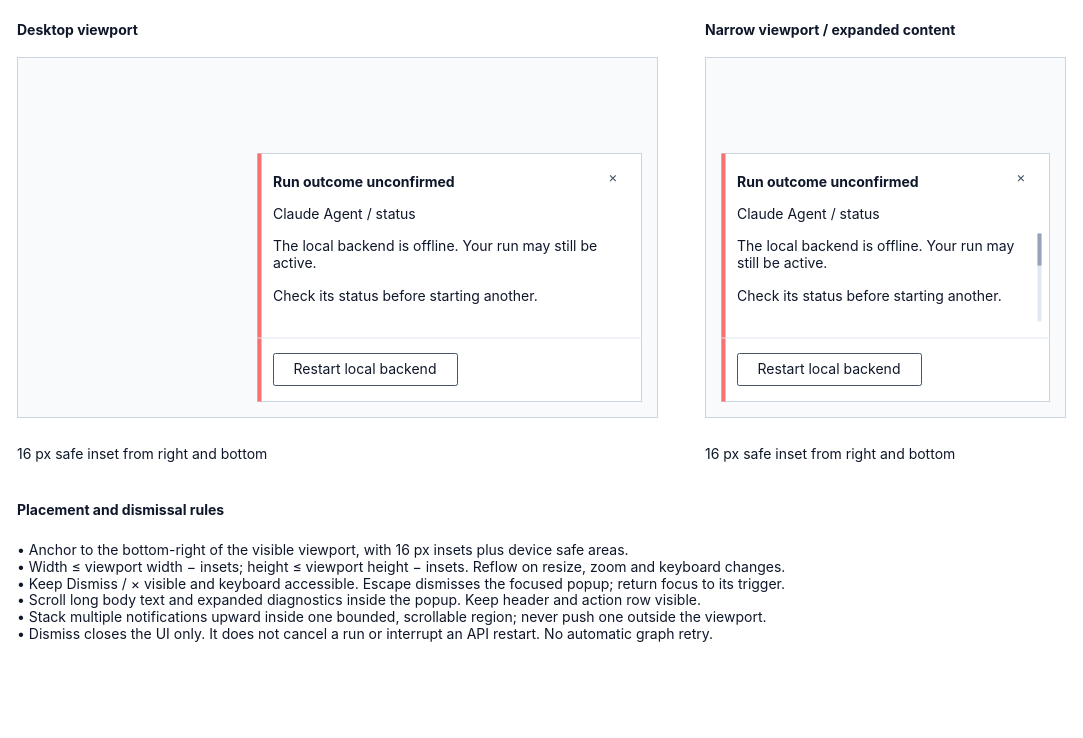
Above: page "Popup placement and dismissal" (6 of 6) of projects/laomedo/subsystems/agent-execution/design/local-runner-recovery.drawio in amadou-6e/specs (draw.io), before the change. Source tidied: cells renumbered, new cells numbered last; positions are measured from the earlier drawing's top-left corner, leaving out a move shared by most shapes. Both pictures are drawn from the tidied source at 100%, with x=0, y=0 at pixel (17, 17).
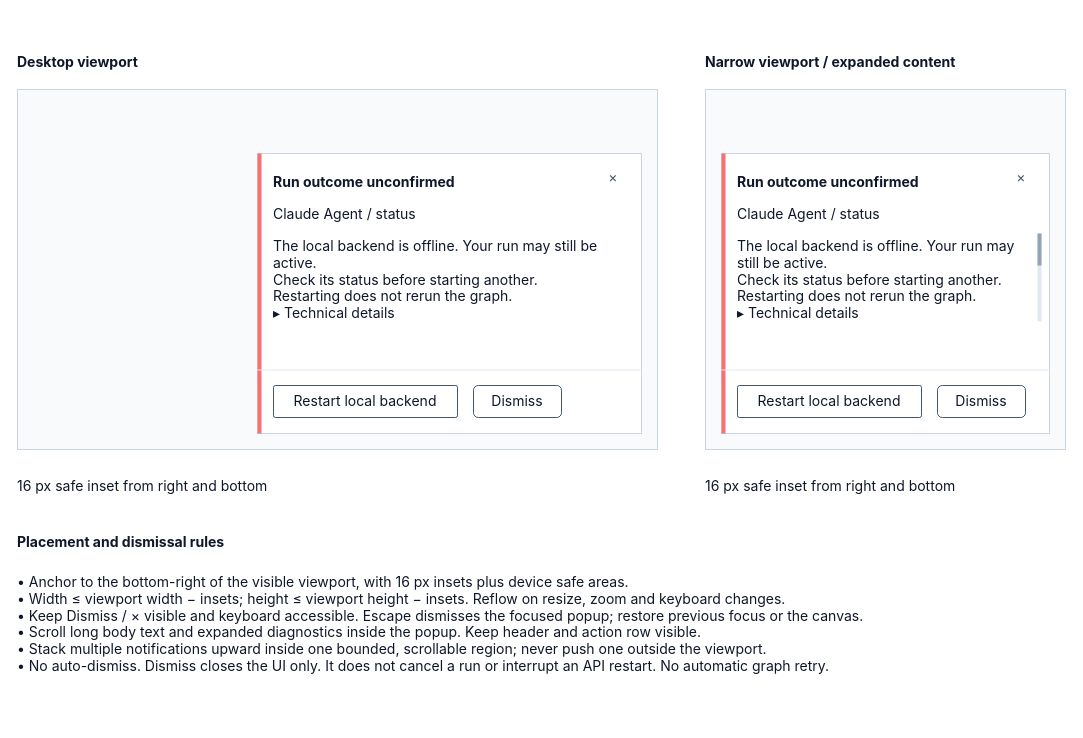
Above is the later version.

Commit message (it also covers changes not shown here):
Align popup examples with dismiss actions and proposal status

What changed in the source:
```diff
@@
     <mxCell id="2" value="Desktop viewport" style="fontFamily=Inter,Arial,sans-serif;fontSize=14;whiteSpace=wrap;html=1;text;fillColor=none;strokeColor=none;align=left;verticalAlign=top;spacing=0;fontColor=#0F172A;fontStyle=1;" parent="1" vertex="1">
-      <mxGeometry width="640" height="24" as="geometry" />
+      <mxGeometry y="32" width="640" height="24" as="geometry" />
     </mxCell>
     <mxCell id="3" style="fontFamily=Inter,Arial,sans-serif;fontSize=14;whiteSpace=wrap;html=1;fillColor=#F8FAFC;strokeColor=#CBD5E1;" parent="1" vertex="1">
-      <mxGeometry y="40" width="640" height="360" as="geometry" />
+      <mxGeometry y="72" width="640" height="360" as="geometry" />
     </mxCell>
     <mxCell id="4" style="fontFamily=Inter,Arial,sans-serif;fontSize=14;whiteSpace=wrap;html=1;fillColor=#FFFFFF;strokeColor=#CBD5E1;" parent="1" vertex="1">
-      <mxGeometry x="240" y="136" width="384" height="248" as="geometry" />
+      <mxGeometry x="240" y="136" width="384" height="280" as="geometry" />
     </mxCell>
     <mxCell id="5" style="fontFamily=Inter,Arial,sans-serif;fontSize=14;whiteSpace=wrap;html=1;fillColor=#F87171;strokeColor=none;" parent="1" vertex="1">
-      <mxGeometry x="240" y="136" width="4" height="248" as="geometry" />
+      <mxGeometry x="240" y="136" width="4" height="280" as="geometry" />
     </mxCell>
@@
-    <mxCell id="9" value="The local backend is offline. Your run may still be active.&lt;br&gt;&lt;br&gt;Check its status before starting another." style="fontFamily=Inter,Arial,sans-serif;fontSize=14;whiteSpace=wrap;html=1;text;fillColor=none;strokeColor=none;align=left;verticalAlign=top;spacing=0;fontColor=#0F172A;fontStyle=0;" parent="1" vertex="1">
-      <mxGeometry x="256" y="216" width="344" height="88" as="geometry" />
+    <mxCell id="9" value="The local backend is offline. Your run may still be active.&lt;br&gt;Check its status before starting another.&lt;br&gt;Restarting does not rerun the graph.&lt;br&gt;▸ Technical details" style="fontFamily=Inter,Arial,sans-serif;fontSize=14;whiteSpace=wrap;html=1;text;fillColor=none;strokeColor=none;align=left;verticalAlign=top;spacing=0;fontColor=#0F172A;fontStyle=0;" parent="1" vertex="1">
+      <mxGeometry x="256" y="216" width="344" height="128" as="geometry" />
     </mxCell>
     <mxCell id="10" style="fontFamily=Inter,Arial,sans-serif;fontSize=14;whiteSpace=wrap;html=1;fillColor=#E2E8F0;strokeColor=none;" parent="1" vertex="1">
-      <mxGeometry x="240" y="320" width="384" height="1" as="geometry" />
+      <mxGeometry x="240" y="352" width="384" height="1" as="geometry" />
     </mxCell>
     <mxCell id="11" value="Restart local backend" style="fontFamily=Inter,Arial,sans-serif;fontSize=14;whiteSpace=wrap;html=1;fillColor=#FFFFFF;strokeColor=#475569;fontColor=#0F172A;rounded=1;arcSize=6;" parent="1" vertex="1">
-      <mxGeometry x="256" y="336" width="184" height="32" as="geometry" />
+      <mxGeometry x="256" y="368" width="184" height="32" as="geometry" />
     </mxCell>
     <mxCell id="12" value="16 px safe inset from right and bottom" style="fontFamily=Inter,Arial,sans-serif;fontSize=14;whiteSpace=wrap;html=1;text;fillColor=none;strokeColor=none;align=left;verticalAlign=top;spacing=0;fontColor=#0F172A;fontStyle=0;" parent="1" vertex="1">
-      <mxGeometry y="424" width="640" height="24" as="geometry" />
+      <mxGeometry y="456" width="640" height="24" as="geometry" />
     </mxCell>
     <mxCell id="13" value="Narrow viewport / expanded content" style="fontFamily=Inter,Arial,sans-serif;fontSize=14;whiteSpace=wrap;html=1;text;fillColor=none;strokeColor=none;align=left;verticalAlign=top;spacing=0;fontColor=#0F172A;fontStyle=1;" parent="1" vertex="1">
-      <mxGeometry x="688" width="360" height="24" as="geometry" />
+      <mxGeometry x="688" y="32" width="360" height="24" as="geometry" />
     </mxCell>
     <mxCell id="14" style="fontFamily=Inter,Arial,sans-serif;fontSize=14;whiteSpace=wrap;html=1;fillColor=#F8FAFC;strokeColor=#CBD5E1;" parent="1" vertex="1">
-      <mxGeometry x="688" y="40" width="360" height="360" as="geometry" />
+      <mxGeometry x="688" y="72" width="360" height="360" as="geometry" />
     </mxCell>
     <mxCell id="15" style="fontFamily=Inter,Arial,sans-serif;fontSize=14;whiteSpace=wrap;html=1;fillColor=#FFFFFF;strokeColor=#CBD5E1;" parent="1" vertex="1">
-      <mxGeometry x="704" y="136" width="328" height="248" as="geometry" />
+      <mxGeometry x="704" y="136" width="328" height="280" as="geometry" />
     </mxCell>
     <mxCell id="16" style="fontFamily=Inter,Arial,sans-serif;fontSize=14;whiteSpace=wrap;html=1;fillColor=#F87171;strokeColor=none;" parent="1" vertex="1">
-      <mxGeometry x="704" y="136" width="4" height="248" as="geometry" />
+      <mxGeometry x="704" y="136" width="4" height="280" as="geometry" />
     </mxCell>
@@
-    <mxCell id="20" value="The local backend is offline. Your run may still be active.&lt;br&gt;&lt;br&gt;Check its status before starting another." style="fontFamily=Inter,Arial,sans-serif;fontSize=14;whiteSpace=wrap;html=1;text;fillColor=none;strokeColor=none;align=left;verticalAlign=top;spacing=0;fontColor=#0F172A;fontStyle=0;" parent="1" vertex="1">
-      <mxGeometry x="720" y="216" width="288" height="88" as="geometry" />
+    <mxCell id="20" value="The local backend is offline. Your run may still be active.&lt;br&gt;Check its status before starting another.&lt;br&gt;Restarting does not rerun the graph.&lt;br&gt;▸ Technical details" style="fontFamily=Inter,Arial,sans-serif;fontSize=14;whiteSpace=wrap;html=1;text;fillColor=none;strokeColor=none;align=left;verticalAlign=top;spacing=0;fontColor=#0F172A;fontStyle=0;" parent="1" vertex="1">
+      <mxGeometry x="720" y="216" width="288" height="128" as="geometry" />
     </mxCell>
@@
     <mxCell id="23" style="fontFamily=Inter,Arial,sans-serif;fontSize=14;whiteSpace=wrap;html=1;fillColor=#E2E8F0;strokeColor=none;" parent="1" vertex="1">
-      <mxGeometry x="704" y="320" width="328" height="1" as="geometry" />
+      <mxGeometry x="704" y="352" width="328" height="1" as="geometry" />
     </mxCell>
     <mxCell id="24" value="Restart local backend" style="fontFamily=Inter,Arial,sans-serif;fontSize=14;whiteSpace=wrap;html=1;fillColor=#FFFFFF;strokeColor=#475569;fontColor=#0F172A;rounded=1;arcSize=6;" parent="1" vertex="1">
-      <mxGeometry x="720" y="336" width="184" height="32" as="geometry" />
+      <mxGeometry x="720" y="368" width="184" height="32" as="geometry" />
     </mxCell>
     <mxCell id="25" value="16 px safe inset from right and bottom" style="fontFamily=Inter,Arial,sans-serif;fontSize=14;whiteSpace=wrap;html=1;text;fillColor=none;strokeColor=none;align=left;verticalAlign=top;spacing=0;fontColor=#0F172A;fontStyle=0;" parent="1" vertex="1">
-      <mxGeometry x="688" y="424" width="360" height="24" as="geometry" />
+      <mxGeometry x="688" y="456" width="360" height="24" as="geometry" />
     </mxCell>
     <mxCell id="26" value="Placement and dismissal rules" style="fontFamily=Inter,Arial,sans-serif;fontSize=14;whiteSpace=wrap;html=1;text;fillColor=none;strokeColor=none;align=left;verticalAlign=top;spacing=0;fontColor=#0F172A;fontStyle=1;" parent="1" vertex="1">
-      <mxGeometry y="480" width="1048" height="24" as="geometry" />
+      <mxGeometry y="512" width="1048" height="24" as="geometry" />
     </mxCell>
-    <mxCell id="27" value="• Anchor to the bottom-right of the visible viewport, with 16 px insets plus device safe areas.&lt;br&gt;• Width ≤ viewport width − insets; height ≤ viewport height − insets. Reflow on resize, zoom and keyboard changes.&lt;br&gt;• Keep Dismiss / × visible and keyboard accessible. Escape dismisses the focused popup; return focus to its trigger.&lt;br&gt;• Scroll long body text and expanded diagnostics inside the popup. Keep header and action row visible.&lt;br&gt;• Stack multiple notifications upward inside one bounded, scrollable region; never push one outside the viewport.&lt;br&gt;• Dismiss closes the UI only. It does not cancel a run or interrupt an API restart. No automatic graph retry." style="fontFamily=Inter,Arial,sans-serif;fontSize=14;whiteSpace=wrap;html=1;text;fillColor=none;strokeColor=none;align=left;verticalAlign=top;spacing=0;fontColor=#0F172A;fontStyle=0;" parent="1" vertex="1">
-      <mxGeometry y="520" width="1048" height="152" as="geometry" />
+    <mxCell id="27" value="• Anchor to the bottom-right of the visible viewport, with 16 px insets plus device safe areas.&lt;br&gt;• Width ≤ viewport width − insets; height ≤ viewport height − insets. Reflow on resize, zoom and keyboard changes.&lt;br&gt;• Keep Dismiss / × visible and keyboard accessible. Escape dismisses the focused popup; restore previous focus or the canvas.&lt;br&gt;• Scroll long body text and expanded diagnostics inside the popup. Keep header and action row visible.&lt;br&gt;• Stack multiple notifications upward inside one bounded, scrollable region; never push one outside the viewport.&lt;br&gt;• No auto-dismiss. Dismiss closes the UI only. It does not cancel a run or interrupt an API restart. No automatic graph retry." style="fontFamily=Inter,Arial,sans-serif;fontSize=14;whiteSpace=wrap;html=1;text;fillColor=none;strokeColor=none;align=left;verticalAlign=top;spacing=0;fontColor=#0F172A;fontStyle=0;" parent="1" vertex="1">
+      <mxGeometry y="552" width="1048" height="152" as="geometry" />
     </mxCell>
+    <mxCell id="28" value="Dismiss" style="fontFamily=Inter,Arial,sans-serif;fontSize=14;whiteSpace=wrap;html=1;fillColor=#FFFFFF;strokeColor=#475569;fontColor=#0F172A;rounded=1;" parent="1" vertex="1">
+      <mxGeometry x="456" y="368" width="88" height="32" as="geometry" />
+    </mxCell>
+    <mxCell id="29" value="Dismiss" style="fontFamily=Inter,Arial,sans-serif;fontSize=14;whiteSpace=wrap;html=1;fillColor=#FFFFFF;strokeColor=#475569;fontColor=#0F172A;rounded=1;" parent="1" vertex="1">
+      <mxGeometry x="920" y="368" width="88" height="32" as="geometry" />
+    </mxCell>
```
